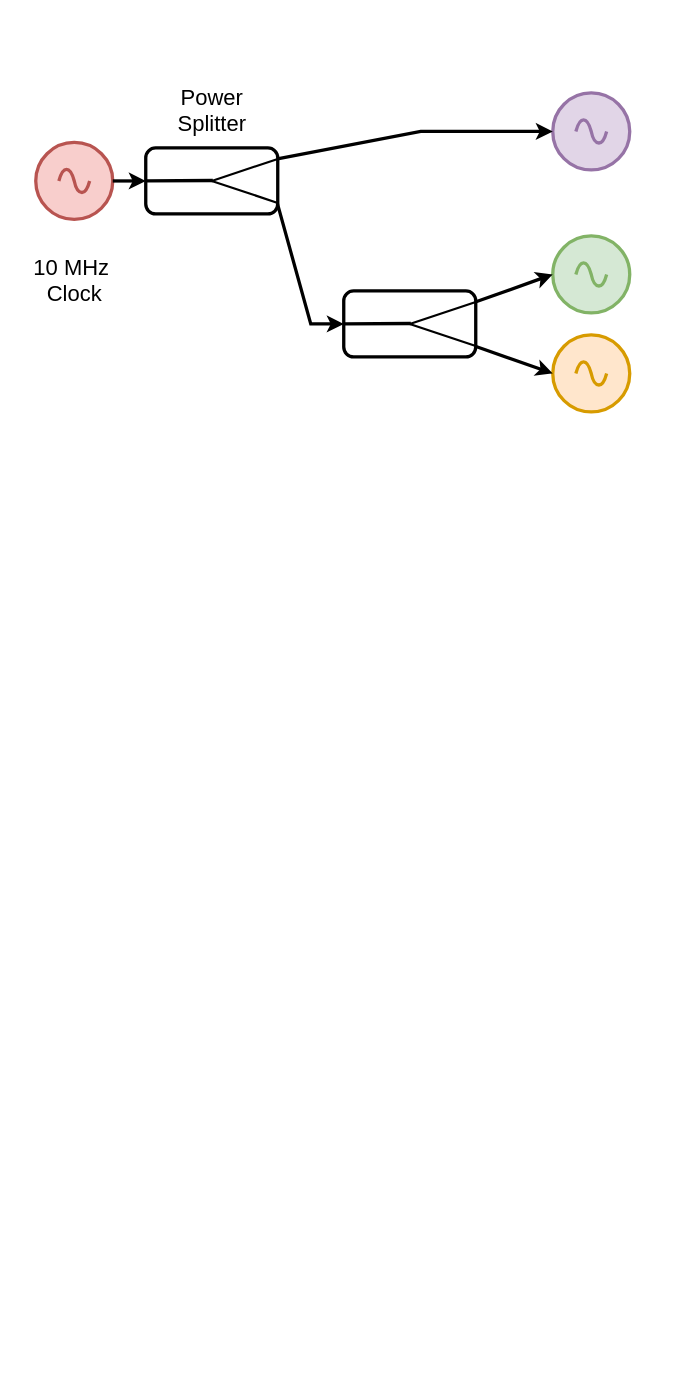
This is Block_Diagram/ClcokDistribution.drawio from QuantumDevil/DissertationPlot, a draw.io file, before an edit. Source tidied: cells renumbered, new cells numbered last; positions are measured from the earlier drawing's top-left corner, leaving out a move shared by most shapes. Both pictures are drawn from the tidied source at 110%, with x=0, y=0 at pixel (24, 76).
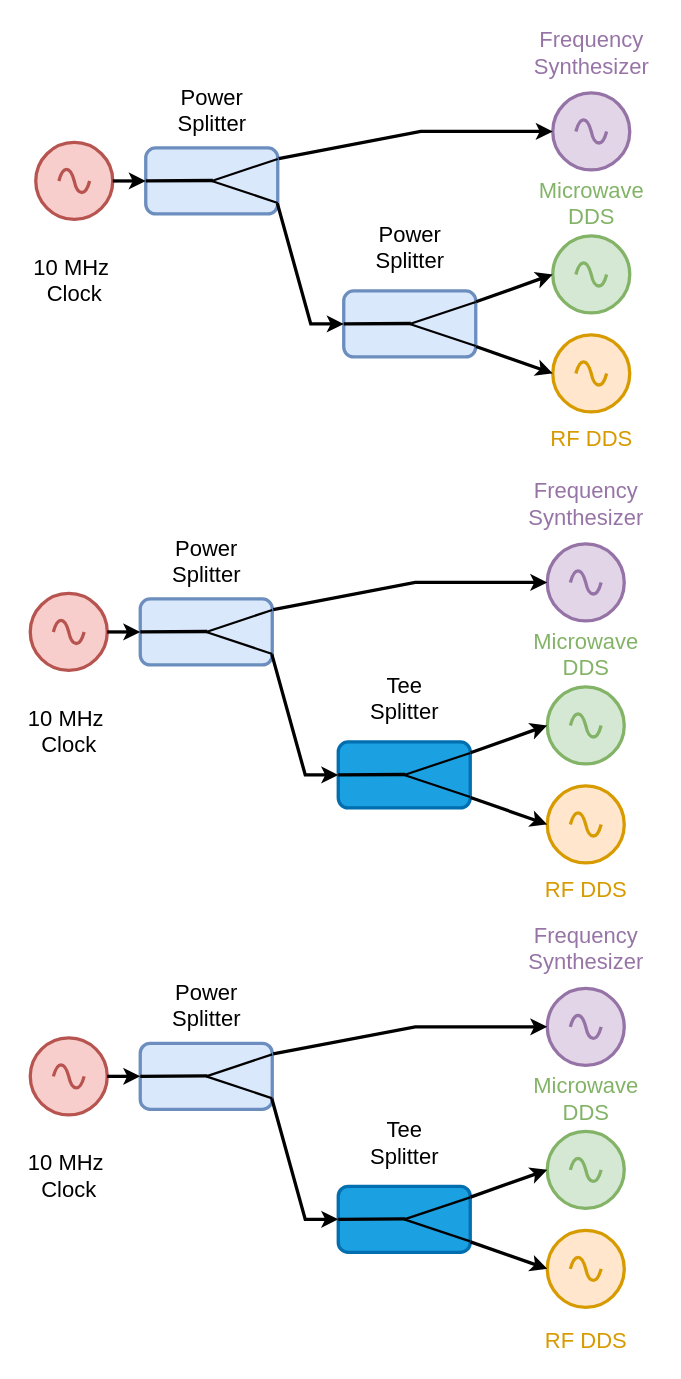
The same page after the edit.

The edit, as a diff of the source:
```diff
@@
-    <mxCell id="3" style="rounded=1;whiteSpace=wrap;html=1;strokeWidth=3;" parent="1" vertex="1">
+    <mxCell id="3" style="rounded=1;whiteSpace=wrap;html=1;strokeWidth=3;fillColor=#dae8fc;strokeColor=#6c8ebf;" parent="1" vertex="1">
       <mxGeometry x="110" y="65" width="120" height="60" as="geometry" />
     </mxCell>
@@
-    <mxCell id="7" style="verticalLabelPosition=bottom;shadow=0;dashed=0;align=center;html=1;verticalAlign=top;shape=mxgraph.electrical.signal_sources.source;points=[[0.5,0,0],[1,0.5,0],[0.5,1,0],[0,0.5,0]];elSignalType=ac;strokeWidth=3;fillColor=#e1d5e7;strokeColor=#9673a6;" parent="1" vertex="1">
+    <mxCell id="7" style="verticalLabelPosition=bottom;shadow=0;dashed=0;align=center;html=1;verticalAlign=top;shape=mxgraph.electrical.signal_sources.source;points=[[0.5,0,0],[1,0.5,0],[0.5,1,0],[0,0.5,0]];elSignalType=ac;strokeWidth=3;fillColor=#e1d5e7;strokeColor=#9673a6;fontColor=light-dark(#9774a6, #ededed);" parent="1" vertex="1">
       <mxGeometry x="480" y="15" width="70" height="70" as="geometry" />
     </mxCell>
@@
-    <mxCell id="10" style="rounded=1;whiteSpace=wrap;html=1;strokeWidth=3;" parent="1" vertex="1">
+    <mxCell id="10" style="rounded=1;whiteSpace=wrap;html=1;strokeWidth=3;fillColor=#dae8fc;strokeColor=#6c8ebf;" parent="1" vertex="1">
       <mxGeometry x="290" y="195" width="120" height="60" as="geometry" />
     </mxCell>
@@
+    <mxCell id="21" value="Power&lt;div&gt;Splitter&lt;/div&gt;" style="text;html=1;align=center;verticalAlign=middle;strokeColor=none;fillColor=none;labelBackgroundColor=default;fontSize=20;fontFamily=Congenial;" parent="1" vertex="1">
+      <mxGeometry x="305" y="125" width="90" height="60" as="geometry" />
+    </mxCell>
+    <mxCell id="22" value="&lt;div&gt;Frequency&lt;/div&gt;&lt;div&gt;Synthesizer&lt;/div&gt;" style="text;html=1;align=center;verticalAlign=middle;strokeColor=none;fillColor=none;labelBackgroundColor=default;fontSize=20;fontFamily=Congenial;fontColor=light-dark(#9774a6, #ededed);" parent="1" vertex="1">
+      <mxGeometry x="450" y="-52" width="130" height="60" as="geometry" />
+    </mxCell>
+    <mxCell id="23" value="&lt;div&gt;&lt;span style=&quot;background-color: light-dark(#ffffff, var(--ge-dark-color, #121212));&quot;&gt;Microwave&lt;/span&gt;&lt;/div&gt;&lt;div&gt;DDS&lt;/div&gt;" style="text;html=1;align=center;verticalAlign=middle;strokeColor=none;fillColor=none;labelBackgroundColor=default;fontSize=20;fontFamily=Congenial;fontColor=light-dark(#83b367, #ededed);" parent="1" vertex="1">
+      <mxGeometry x="455" y="85" width="120" height="60" as="geometry" />
+    </mxCell>
+    <mxCell id="24" value="&lt;div&gt;&lt;span style=&quot;background-color: light-dark(#ffffff, var(--ge-dark-color, #121212));&quot;&gt;RF DDS&lt;/span&gt;&lt;/div&gt;" style="text;html=1;align=center;verticalAlign=middle;strokeColor=none;fillColor=none;labelBackgroundColor=default;fontSize=20;fontFamily=Congenial;fontColor=light-dark(#d79b01, #ededed);" parent="1" vertex="1">
+      <mxGeometry x="470" y="308" width="90" height="40" as="geometry" />
+    </mxCell>
+    <mxCell id="25" style="verticalLabelPosition=bottom;shadow=0;dashed=0;align=center;html=1;verticalAlign=top;shape=mxgraph.electrical.signal_sources.source;points=[[0.5,0,0],[1,0.5,0],[0.5,1,0],[0,0.5,0]];elSignalType=ac;strokeWidth=3;fillColor=#f8cecc;strokeColor=#b85450;" parent="1" vertex="1">
+      <mxGeometry x="5" y="470" width="70" height="70" as="geometry" />
+    </mxCell>
+    <mxCell id="26" style="rounded=1;whiteSpace=wrap;html=1;strokeWidth=3;fillColor=#dae8fc;strokeColor=#6c8ebf;" parent="1" vertex="1">
+      <mxGeometry x="105" y="475" width="120" height="60" as="geometry" />
+    </mxCell>
+    <mxCell id="27" style="endArrow=none;html=1;rounded=0;strokeWidth=3;" parent="1" edge="1">
+      <mxGeometry relative="1" as="geometry">
+        <mxPoint x="105" y="505" as="sourcePoint" />
+        <mxPoint x="166" y="504.6" as="targetPoint" />
+      </mxGeometry>
+    </mxCell>
+    <mxCell id="28" style="endArrow=none;html=1;rounded=0;strokeWidth=2;endFill=0;" parent="1" edge="1">
+      <mxGeometry relative="1" as="geometry">
+        <mxPoint x="165" y="505" as="sourcePoint" />
+        <mxPoint x="225" y="525" as="targetPoint" />
+      </mxGeometry>
+    </mxCell>
+    <mxCell id="29" style="endArrow=none;html=1;rounded=0;strokeWidth=2;endFill=0;" parent="1" edge="1">
+      <mxGeometry relative="1" as="geometry">
+        <mxPoint x="165" y="505" as="sourcePoint" />
+        <mxPoint x="225" y="485" as="targetPoint" />
+      </mxGeometry>
+    </mxCell>
+    <mxCell id="30" style="verticalLabelPosition=bottom;shadow=0;dashed=0;align=center;html=1;verticalAlign=top;shape=mxgraph.electrical.signal_sources.source;points=[[0.5,0,0],[1,0.5,0],[0.5,1,0],[0,0.5,0]];elSignalType=ac;strokeWidth=3;fillColor=#e1d5e7;strokeColor=#9673a6;fontColor=light-dark(#9774a6, #ededed);" parent="1" vertex="1">
+      <mxGeometry x="475" y="425" width="70" height="70" as="geometry" />
+    </mxCell>
+    <mxCell id="31" style="verticalLabelPosition=bottom;shadow=0;dashed=0;align=center;html=1;verticalAlign=top;shape=mxgraph.electrical.signal_sources.source;points=[[0.5,0,0],[1,0.5,0],[0.5,1,0],[0,0.5,0]];elSignalType=ac;strokeWidth=3;fillColor=#d5e8d4;strokeColor=#82b366;" parent="1" vertex="1">
+      <mxGeometry x="475" y="555" width="70" height="70" as="geometry" />
+    </mxCell>
+    <mxCell id="32" style="verticalLabelPosition=bottom;shadow=0;dashed=0;align=center;html=1;verticalAlign=top;shape=mxgraph.electrical.signal_sources.source;points=[[0.5,0,0],[1,0.5,0],[0.5,1,0],[0,0.5,0]];elSignalType=ac;strokeWidth=3;fillColor=#ffe6cc;strokeColor=#d79b00;" parent="1" vertex="1">
+      <mxGeometry x="475" y="645" width="70" height="70" as="geometry" />
+    </mxCell>
+    <mxCell id="33" style="rounded=1;whiteSpace=wrap;html=1;strokeWidth=3;fillColor=#1ba1e2;strokeColor=#006EAF;fontColor=#ffffff;" parent="1" vertex="1">
+      <mxGeometry x="285" y="605" width="120" height="60" as="geometry" />
+    </mxCell>
+    <mxCell id="34" style="endArrow=none;html=1;rounded=0;strokeWidth=3;" parent="1" edge="1">
+      <mxGeometry relative="1" as="geometry">
+        <mxPoint x="285" y="635" as="sourcePoint" />
+        <mxPoint x="346" y="634.6" as="targetPoint" />
+      </mxGeometry>
+    </mxCell>
+    <mxCell id="35" style="endArrow=none;html=1;rounded=0;strokeWidth=2;endFill=0;" parent="1" edge="1">
+      <mxGeometry relative="1" as="geometry">
+        <mxPoint x="345" y="635" as="sourcePoint" />
+        <mxPoint x="405" y="655" as="targetPoint" />
+      </mxGeometry>
+    </mxCell>
+    <mxCell id="36" style="endArrow=none;html=1;rounded=0;strokeWidth=2;endFill=0;" parent="1" edge="1">
+      <mxGeometry relative="1" as="geometry">
+        <mxPoint x="345" y="635" as="sourcePoint" />
+        <mxPoint x="405" y="615" as="targetPoint" />
+      </mxGeometry>
+    </mxCell>
+    <mxCell id="37" value="&lt;font face=&quot;Congenial&quot;&gt;10 MHz&amp;nbsp;&lt;/font&gt;&lt;div&gt;&lt;font face=&quot;Congenial&quot;&gt;Clock&lt;/font&gt;&lt;/div&gt;" style="text;html=1;align=center;verticalAlign=middle;strokeColor=none;fillColor=none;fontSize=20;" parent="1" vertex="1">
+      <mxGeometry x="-5" y="565" width="90" height="60" as="geometry" />
+    </mxCell>
+    <mxCell id="38" style="endArrow=classic;html=1;rounded=0;entryX=0;entryY=0.5;entryDx=0;entryDy=0;entryPerimeter=0;strokeWidth=3;exitX=1.007;exitY=0.16;exitDx=0;exitDy=0;exitPerimeter=0;" parent="1" edge="1" source="26" target="30">
+      <mxGeometry relative="1" as="geometry">
+        <Array as="points">
+          <mxPoint x="355" y="460" />
+        </Array>
+      </mxGeometry>
+    </mxCell>
+    <mxCell id="39" value="Power&lt;div&gt;Splitter&lt;/div&gt;" style="text;html=1;align=center;verticalAlign=middle;strokeColor=none;fillColor=none;labelBackgroundColor=default;fontSize=20;fontFamily=Congenial;" parent="1" vertex="1">
+      <mxGeometry x="120" y="410" width="90" height="60" as="geometry" />
+    </mxCell>
+    <mxCell id="40" style="endArrow=classic;html=1;rounded=0;spacing=2;strokeWidth=3;exitX=0.997;exitY=0.84;exitDx=0;exitDy=0;exitPerimeter=0;" parent="1" edge="1" source="26">
+      <mxGeometry relative="1" as="geometry">
+        <mxPoint x="285" y="635" as="targetPoint" />
+        <Array as="points">
+          <mxPoint x="255" y="635" />
+        </Array>
+      </mxGeometry>
+    </mxCell>
+    <mxCell id="41" style="endArrow=classic;html=1;rounded=0;entryX=0;entryY=0.5;entryDx=0;entryDy=0;entryPerimeter=0;strokeWidth=3;exitX=1.002;exitY=0.164;exitDx=0;exitDy=0;exitPerimeter=0;" parent="1" edge="1" source="33" target="31">
+      <mxGeometry relative="1" as="geometry" />
+    </mxCell>
+    <mxCell id="42" style="endArrow=classic;html=1;rounded=0;entryX=0;entryY=0.5;entryDx=0;entryDy=0;entryPerimeter=0;strokeWidth=3;exitX=1.002;exitY=0.841;exitDx=0;exitDy=0;exitPerimeter=0;" parent="1" edge="1" source="33" target="32">
+      <mxGeometry relative="1" as="geometry" />
+    </mxCell>
+    <mxCell id="43" style="endArrow=classic;html=1;rounded=0;exitX=1;exitY=0.5;exitDx=0;exitDy=0;exitPerimeter=0;entryX=0;entryY=0.5;entryDx=0;entryDy=0;strokeWidth=3;" parent="1" edge="1" source="25" target="26">
+      <mxGeometry relative="1" as="geometry" />
+    </mxCell>
+    <mxCell id="44" value="Tee&lt;div&gt;Splitter&lt;/div&gt;" style="text;html=1;align=center;verticalAlign=middle;strokeColor=none;fillColor=none;labelBackgroundColor=default;fontSize=20;fontFamily=Congenial;" parent="1" vertex="1">
+      <mxGeometry x="300" y="535" width="90" height="60" as="geometry" />
+    </mxCell>
+    <mxCell id="45" value="&lt;div&gt;Frequency&lt;/div&gt;&lt;div&gt;Synthesizer&lt;/div&gt;" style="text;html=1;align=center;verticalAlign=middle;strokeColor=none;fillColor=none;labelBackgroundColor=default;fontSize=20;fontFamily=Congenial;fontColor=light-dark(#9774a6, #ededed);" parent="1" vertex="1">
+      <mxGeometry x="445" y="358" width="130" height="60" as="geometry" />
+    </mxCell>
+    <mxCell id="46" value="&lt;div&gt;&lt;span style=&quot;background-color: light-dark(#ffffff, var(--ge-dark-color, #121212));&quot;&gt;Microwave&lt;/span&gt;&lt;/div&gt;&lt;div&gt;DDS&lt;/div&gt;" style="text;html=1;align=center;verticalAlign=middle;strokeColor=none;fillColor=none;labelBackgroundColor=default;fontSize=20;fontFamily=Congenial;fontColor=light-dark(#83b367, #ededed);" parent="1" vertex="1">
+      <mxGeometry x="450" y="495" width="120" height="60" as="geometry" />
+    </mxCell>
+    <mxCell id="47" value="&lt;div&gt;&lt;span style=&quot;background-color: light-dark(#ffffff, var(--ge-dark-color, #121212));&quot;&gt;RF DDS&lt;/span&gt;&lt;/div&gt;" style="text;html=1;align=center;verticalAlign=middle;strokeColor=none;fillColor=none;labelBackgroundColor=default;fontSize=20;fontFamily=Congenial;fontColor=light-dark(#d79b01, #ededed);" parent="1" vertex="1">
+      <mxGeometry x="465" y="718" width="90" height="40" as="geometry" />
+    </mxCell>
+    <mxCell id="48" style="verticalLabelPosition=bottom;shadow=0;dashed=0;align=center;html=1;verticalAlign=top;shape=mxgraph.electrical.signal_sources.source;points=[[0.5,0,0],[1,0.5,0],[0.5,1,0],[0,0.5,0]];elSignalType=ac;strokeWidth=3;fillColor=#f8cecc;strokeColor=#b85450;" parent="1" vertex="1">
+      <mxGeometry x="5" y="874" width="70" height="70" as="geometry" />
+    </mxCell>
+    <mxCell id="49" style="rounded=1;whiteSpace=wrap;html=1;strokeWidth=3;fillColor=#dae8fc;strokeColor=#6c8ebf;" parent="1" vertex="1">
+      <mxGeometry x="105" y="879" width="120" height="60" as="geometry" />
+    </mxCell>
+    <mxCell id="50" style="endArrow=none;html=1;rounded=0;strokeWidth=3;" parent="1" edge="1">
+      <mxGeometry relative="1" as="geometry">
+        <mxPoint x="105" y="909" as="sourcePoint" />
+        <mxPoint x="166" y="908.6" as="targetPoint" />
+      </mxGeometry>
+    </mxCell>
+    <mxCell id="51" style="endArrow=none;html=1;rounded=0;strokeWidth=2;endFill=0;" parent="1" edge="1">
+      <mxGeometry relative="1" as="geometry">
+        <mxPoint x="165" y="909" as="sourcePoint" />
+        <mxPoint x="225" y="929" as="targetPoint" />
+      </mxGeometry>
+    </mxCell>
+    <mxCell id="52" style="endArrow=none;html=1;rounded=0;strokeWidth=2;endFill=0;" parent="1" edge="1">
+      <mxGeometry relative="1" as="geometry">
+        <mxPoint x="165" y="909" as="sourcePoint" />
+        <mxPoint x="225" y="889" as="targetPoint" />
+      </mxGeometry>
+    </mxCell>
+    <mxCell id="53" style="verticalLabelPosition=bottom;shadow=0;dashed=0;align=center;html=1;verticalAlign=top;shape=mxgraph.electrical.signal_sources.source;points=[[0.5,0,0],[1,0.5,0],[0.5,1,0],[0,0.5,0]];elSignalType=ac;strokeWidth=3;fillColor=#e1d5e7;strokeColor=#9673a6;fontColor=light-dark(#9774a6, #ededed);" parent="1" vertex="1">
+      <mxGeometry x="475" y="829" width="70" height="70" as="geometry" />
+    </mxCell>
+    <mxCell id="54" style="verticalLabelPosition=bottom;shadow=0;dashed=0;align=center;html=1;verticalAlign=top;shape=mxgraph.electrical.signal_sources.source;points=[[0.5,0,0],[1,0.5,0],[0.5,1,0],[0,0.5,0]];elSignalType=ac;strokeWidth=3;fillColor=#d5e8d4;strokeColor=#82b366;" parent="1" vertex="1">
+      <mxGeometry x="475" y="959" width="70" height="70" as="geometry" />
+    </mxCell>
+    <mxCell id="55" style="verticalLabelPosition=bottom;shadow=0;dashed=0;align=center;html=1;verticalAlign=top;shape=mxgraph.electrical.signal_sources.source;points=[[0.5,0,0],[1,0.5,0],[0.5,1,0],[0,0.5,0]];elSignalType=ac;strokeWidth=3;fillColor=#ffe6cc;strokeColor=#d79b00;" parent="1" vertex="1">
+      <mxGeometry x="475" y="1049" width="70" height="70" as="geometry" />
+    </mxCell>
+    <mxCell id="56" style="rounded=1;whiteSpace=wrap;html=1;strokeWidth=3;fillColor=#1ba1e2;strokeColor=#006EAF;fontColor=#ffffff;" parent="1" vertex="1">
+      <mxGeometry x="285" y="1009" width="120" height="60" as="geometry" />
+    </mxCell>
+    <mxCell id="57" style="endArrow=none;html=1;rounded=0;strokeWidth=3;" parent="1" edge="1">
+      <mxGeometry relative="1" as="geometry">
+        <mxPoint x="285" y="1039" as="sourcePoint" />
+        <mxPoint x="346" y="1038.6" as="targetPoint" />
+      </mxGeometry>
+    </mxCell>
+    <mxCell id="58" style="endArrow=none;html=1;rounded=0;strokeWidth=2;endFill=0;" parent="1" edge="1">
+      <mxGeometry relative="1" as="geometry">
+        <mxPoint x="345" y="1039" as="sourcePoint" />
+        <mxPoint x="405" y="1059" as="targetPoint" />
+      </mxGeometry>
+    </mxCell>
+    <mxCell id="59" style="endArrow=none;html=1;rounded=0;strokeWidth=2;endFill=0;" parent="1" edge="1">
+      <mxGeometry relative="1" as="geometry">
+        <mxPoint x="345" y="1039" as="sourcePoint" />
+        <mxPoint x="405" y="1019" as="targetPoint" />
+      </mxGeometry>
+    </mxCell>
+    <mxCell id="60" value="&lt;font face=&quot;Congenial&quot;&gt;10 MHz&amp;nbsp;&lt;/font&gt;&lt;div&gt;&lt;font face=&quot;Congenial&quot;&gt;Clock&lt;/font&gt;&lt;/div&gt;" style="text;html=1;align=center;verticalAlign=middle;strokeColor=none;fillColor=none;fontSize=20;" parent="1" vertex="1">
+      <mxGeometry x="-5" y="969" width="90" height="60" as="geometry" />
+    </mxCell>
+    <mxCell id="61" style="endArrow=classic;html=1;rounded=0;entryX=0;entryY=0.5;entryDx=0;entryDy=0;entryPerimeter=0;strokeWidth=3;exitX=1.007;exitY=0.16;exitDx=0;exitDy=0;exitPerimeter=0;" parent="1" edge="1" source="49" target="53">
+      <mxGeometry relative="1" as="geometry">
+        <Array as="points">
+          <mxPoint x="355" y="864" />
+        </Array>
+      </mxGeometry>
+    </mxCell>
+    <mxCell id="62" value="Power&lt;div&gt;Splitter&lt;/div&gt;" style="text;html=1;align=center;verticalAlign=middle;strokeColor=none;fillColor=none;labelBackgroundColor=default;fontSize=20;fontFamily=Congenial;" parent="1" vertex="1">
+      <mxGeometry x="120" y="814" width="90" height="60" as="geometry" />
+    </mxCell>
+    <mxCell id="63" style="endArrow=classic;html=1;rounded=0;spacing=2;strokeWidth=3;exitX=0.997;exitY=0.84;exitDx=0;exitDy=0;exitPerimeter=0;" parent="1" edge="1" source="49">
+      <mxGeometry relative="1" as="geometry">
+        <mxPoint x="285" y="1039" as="targetPoint" />
+        <Array as="points">
+          <mxPoint x="255" y="1039" />
+        </Array>
+      </mxGeometry>
+    </mxCell>
+    <mxCell id="64" style="endArrow=classic;html=1;rounded=0;entryX=0;entryY=0.5;entryDx=0;entryDy=0;entryPerimeter=0;strokeWidth=3;exitX=1.002;exitY=0.164;exitDx=0;exitDy=0;exitPerimeter=0;" parent="1" edge="1" source="56" target="54">
+      <mxGeometry relative="1" as="geometry" />
+    </mxCell>
+    <mxCell id="65" style="endArrow=classic;html=1;rounded=0;entryX=0;entryY=0.5;entryDx=0;entryDy=0;entryPerimeter=0;strokeWidth=3;exitX=1.002;exitY=0.841;exitDx=0;exitDy=0;exitPerimeter=0;" parent="1" edge="1" source="56" target="55">
+      <mxGeometry relative="1" as="geometry" />
+    </mxCell>
+    <mxCell id="66" style="endArrow=classic;html=1;rounded=0;exitX=1;exitY=0.5;exitDx=0;exitDy=0;exitPerimeter=0;entryX=0;entryY=0.5;entryDx=0;entryDy=0;strokeWidth=3;" parent="1" edge="1" source="48" target="49">
+      <mxGeometry relative="1" as="geometry" />
+    </mxCell>
+    <mxCell id="67" value="Tee&lt;div&gt;Splitter&lt;/div&gt;" style="text;html=1;align=center;verticalAlign=middle;strokeColor=none;fillColor=none;labelBackgroundColor=default;fontSize=20;fontFamily=Congenial;" parent="1" vertex="1">
+      <mxGeometry x="300" y="939" width="90" height="60" as="geometry" />
+    </mxCell>
+    <mxCell id="68" value="&lt;div&gt;Frequency&lt;/div&gt;&lt;div&gt;Synthesizer&lt;/div&gt;" style="text;html=1;align=center;verticalAlign=middle;strokeColor=none;fillColor=none;labelBackgroundColor=default;fontSize=20;fontFamily=Congenial;fontColor=light-dark(#9774a6, #ededed);" parent="1" vertex="1">
+      <mxGeometry x="445" y="762" width="130" height="60" as="geometry" />
+    </mxCell>
+    <mxCell id="69" value="&lt;div&gt;&lt;span style=&quot;background-color: light-dark(#ffffff, var(--ge-dark-color, #121212));&quot;&gt;Microwave&lt;/span&gt;&lt;/div&gt;&lt;div&gt;DDS&lt;/div&gt;" style="text;html=1;align=center;verticalAlign=middle;strokeColor=none;fillColor=none;labelBackgroundColor=default;fontSize=20;fontFamily=Congenial;fontColor=light-dark(#83b367, #ededed);" parent="1" vertex="1">
+      <mxGeometry x="450" y="899" width="120" height="60" as="geometry" />
+    </mxCell>
+    <mxCell id="70" value="&lt;div&gt;&lt;span style=&quot;background-color: light-dark(#ffffff, var(--ge-dark-color, #121212));&quot;&gt;RF DDS&lt;/span&gt;&lt;/div&gt;" style="text;html=1;align=center;verticalAlign=middle;strokeColor=none;fillColor=none;labelBackgroundColor=default;fontSize=20;fontFamily=Congenial;fontColor=light-dark(#d79b01, #ededed);" parent="1" vertex="1">
+      <mxGeometry x="465" y="1128" width="90" height="40" as="geometry" />
+    </mxCell>
```
